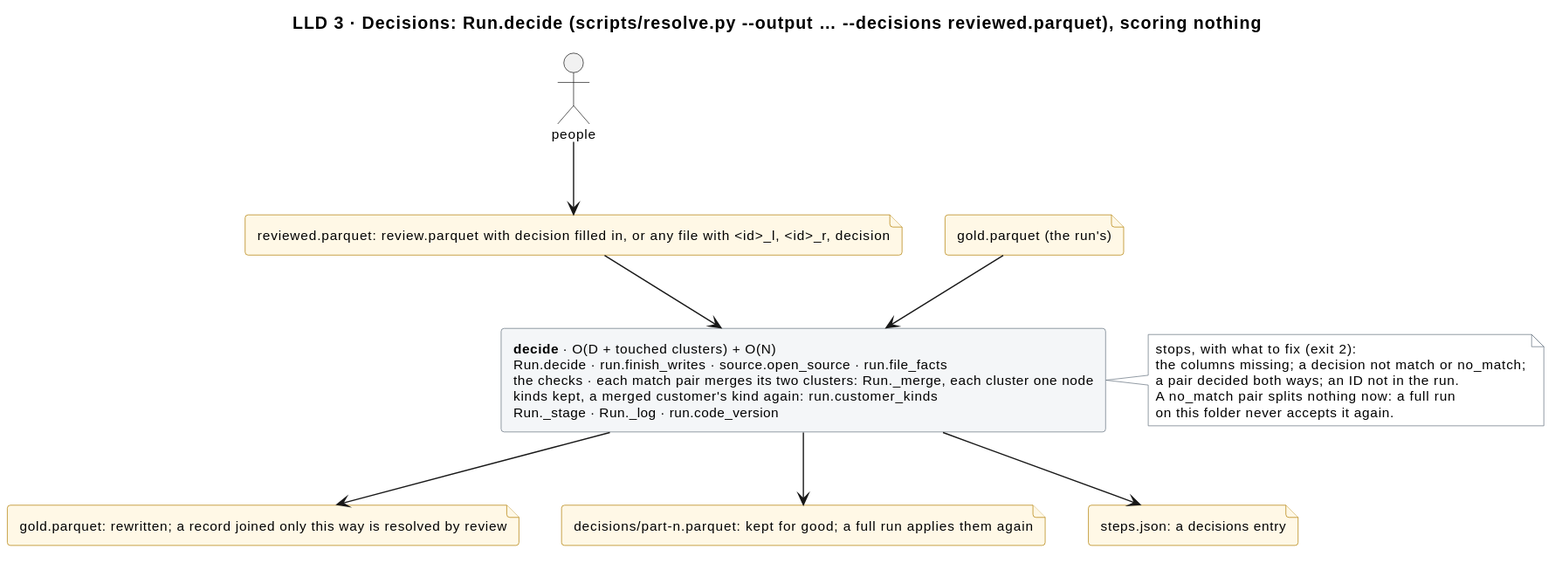
Above: docs/diagrams/decisions.svg in mvsbm/entity_matching (PlantUML), before the change.
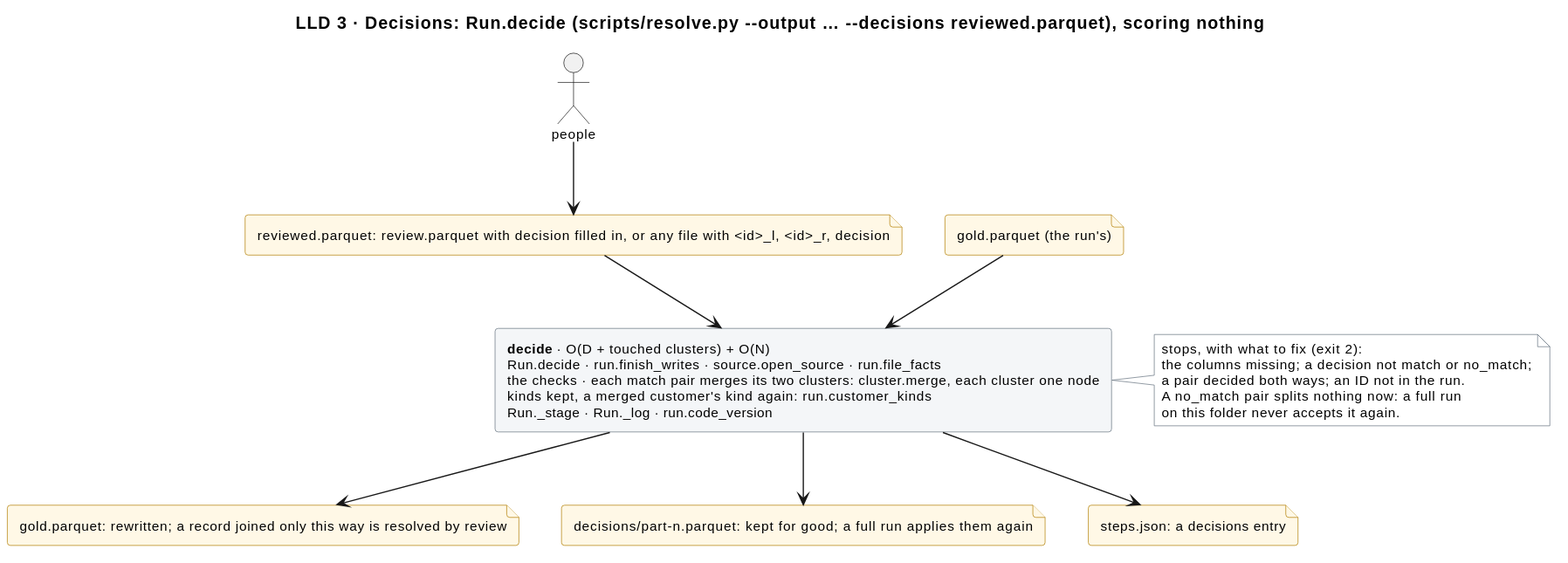
The same diagram one commit later.

The edit, as a diff of the source:
```diff
@@ -18,7 +18,7 @@
 file "reviewed.parquet: review.parquet with decision filled in, or any file with <id>_l, <id>_r, decision" as f_decided
 file "gold.parquet (the run's)" as f_gold_in
 
-rectangle "<b>decide</b> · O(D + touched clusters) + O(N)\nRun.decide · run.finish_writes · source.open_source · run.file_facts\nthe checks · each match pair merges its two clusters: Run._merge, each cluster one node\nkinds kept, a merged customer's kind again: run.customer_kinds\nRun._stage · Run._log · run.code_version" as decide
+rectangle "<b>decide</b> · O(D + touched clusters) + O(N)\nRun.decide · run.finish_writes · source.open_source · run.file_facts\nthe checks · each match pair merges its two clusters: cluster.merge, each cluster one node\nkinds kept, a merged customer's kind again: run.customer_kinds\nRun._stage · Run._log · run.code_version" as decide
 
 note right of decide
   stops, with what to fix (exit 2):
```
